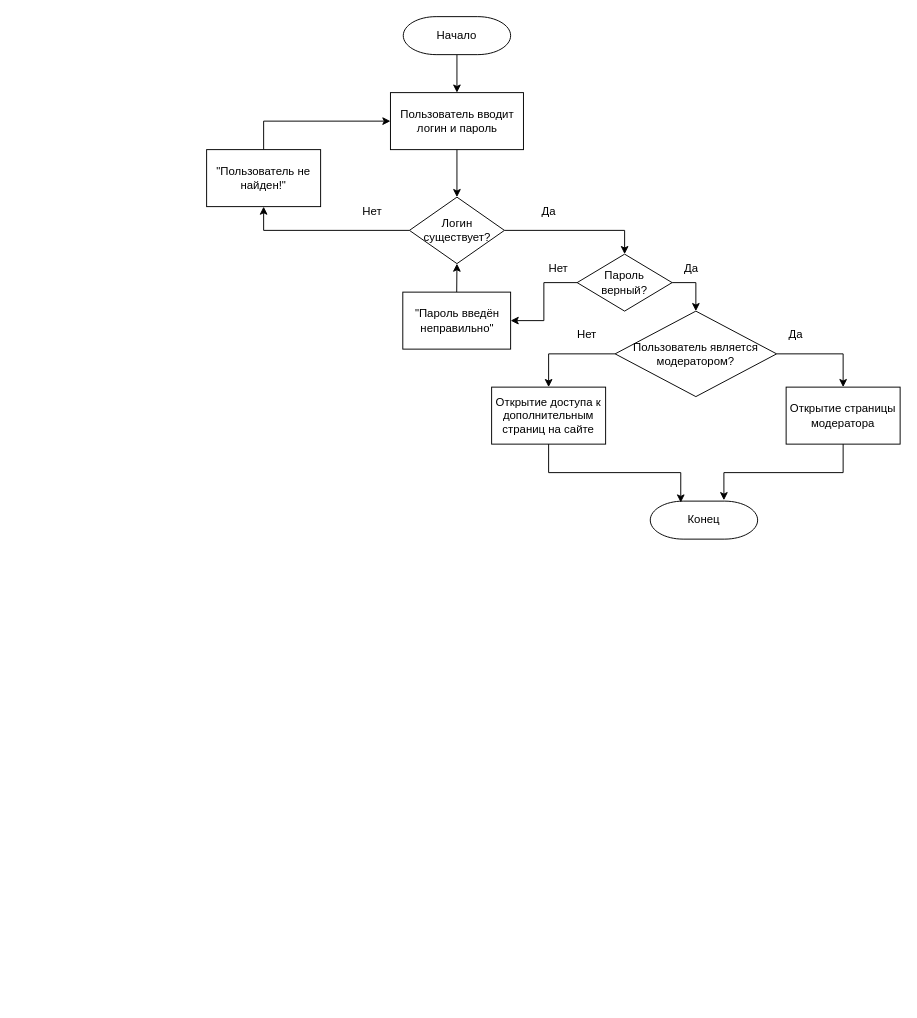
Before: page "Base 1.1" (4 of 12) of img/Диаграмма без названия.drawio in Discordiks/Pink_girls, a draw.io diagram. Source tidied: cells renumbered, new cells numbered last; positions are measured from the earlier drawing's top-left corner, leaving out a move shared by most shapes. Both pictures are drawn from the tidied source at 95%, with x=0, y=0 at pixel (206, 16).
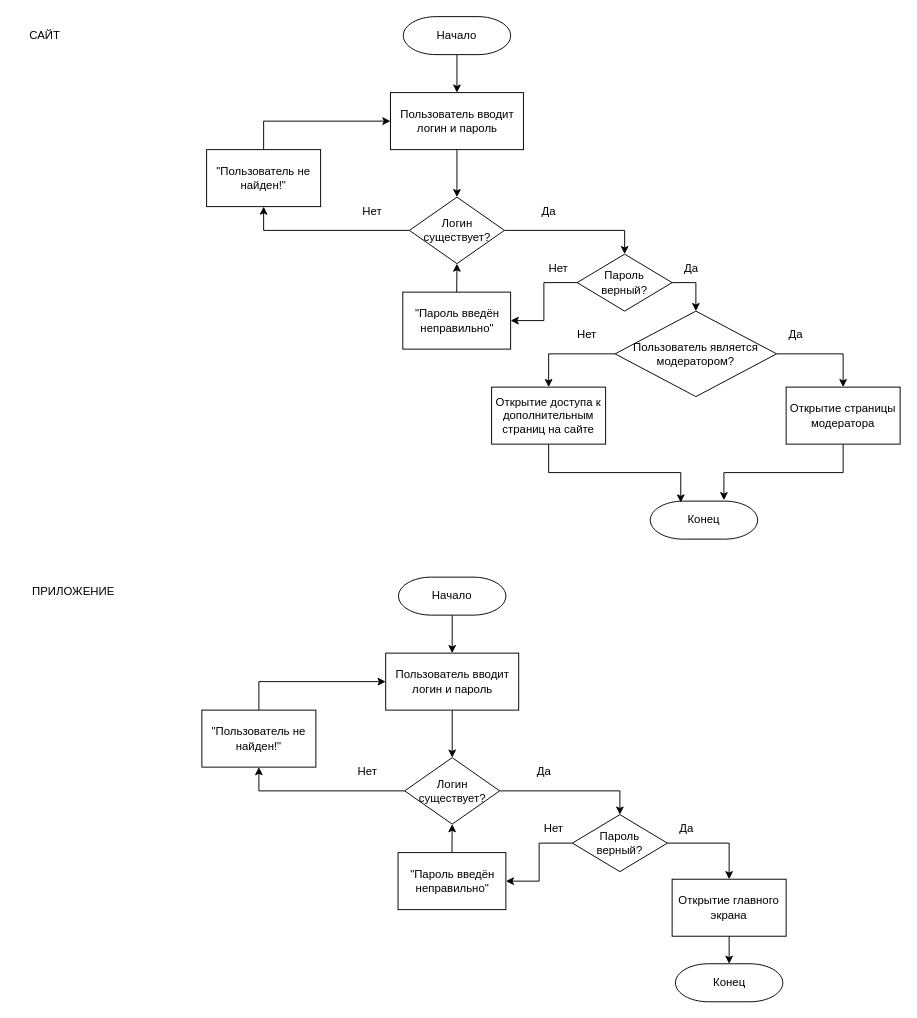
Above is the later version.

Diff of the diagram source:
```diff
@@
+    <mxCell id="30" value="САЙТ" style="text;html=1;align=center;verticalAlign=middle;whiteSpace=wrap;rounded=0;" parent="1" vertex="1">
+      <mxGeometry x="-200" y="5" width="60" height="30" as="geometry" />
+    </mxCell>
+    <mxCell id="31" value="ПРИЛОЖЕНИЕ" style="text;html=1;align=center;verticalAlign=middle;whiteSpace=wrap;rounded=0;" parent="1" vertex="1">
+      <mxGeometry x="-190" y="590" width="100" height="30" as="geometry" />
+    </mxCell>
+    <mxCell id="32" style="edgeStyle=orthogonalEdgeStyle;rounded=0;jettySize=auto;html=1;exitX=0.5;exitY=1;exitDx=0;exitDy=0;exitPerimeter=0;entryX=0.5;entryY=0;entryDx=0;entryDy=0;" parent="1" edge="1" source="33" target="35">
+      <mxGeometry relative="1" as="geometry" />
+    </mxCell>
+    <mxCell id="33" value="Начало" style="strokeWidth=1;html=1;shape=mxgraph.flowchart.terminator;whiteSpace=wrap;" parent="1" vertex="1">
+      <mxGeometry x="202" y="590" width="113" height="40" as="geometry" />
+    </mxCell>
+    <mxCell id="34" style="edgeStyle=orthogonalEdgeStyle;rounded=0;jettySize=auto;html=1;entryX=0.5;entryY=0;entryDx=0;entryDy=0;exitX=0.5;exitY=1;exitDx=0;exitDy=0;" parent="1" edge="1" source="35" target="38">
+      <mxGeometry relative="1" as="geometry" />
+    </mxCell>
+    <mxCell id="35" value="Пользователь вводит логин и пароль" style="rounded=0;whiteSpace=wrap;html=1;" parent="1" vertex="1">
+      <mxGeometry x="188.5" y="670" width="140" height="60" as="geometry" />
+    </mxCell>
+    <mxCell id="36" style="edgeStyle=orthogonalEdgeStyle;rounded=0;jettySize=auto;html=1;entryX=0.5;entryY=1;entryDx=0;entryDy=0;" parent="1" edge="1" source="38" target="40">
+      <mxGeometry relative="1" as="geometry" />
+    </mxCell>
+    <mxCell id="37" style="edgeStyle=orthogonalEdgeStyle;rounded=0;jettySize=auto;html=1;exitX=1;exitY=0.5;exitDx=0;exitDy=0;entryX=0.5;entryY=0;entryDx=0;entryDy=0;" parent="1" edge="1" source="38" target="43">
+      <mxGeometry relative="1" as="geometry" />
+    </mxCell>
+    <mxCell id="38" value="Логин существует?" style="rhombus;whiteSpace=wrap;html=1;" parent="1" vertex="1">
+      <mxGeometry x="208.5" y="780" width="100" height="70" as="geometry" />
+    </mxCell>
+    <mxCell id="39" style="edgeStyle=orthogonalEdgeStyle;rounded=0;jettySize=auto;html=1;exitX=0.5;exitY=0;exitDx=0;exitDy=0;entryX=0;entryY=0.5;entryDx=0;entryDy=0;" parent="1" edge="1" source="40" target="35">
+      <mxGeometry relative="1" as="geometry" />
+    </mxCell>
+    <mxCell id="40" value="&quot;Пользователь не найден!&quot;" style="rounded=0;whiteSpace=wrap;html=1;" parent="1" vertex="1">
+      <mxGeometry x="-5" y="730" width="120" height="60" as="geometry" />
+    </mxCell>
+    <mxCell id="41" style="edgeStyle=orthogonalEdgeStyle;rounded=0;jettySize=auto;html=1;exitX=0;exitY=0.5;exitDx=0;exitDy=0;entryX=1;entryY=0.5;entryDx=0;entryDy=0;" parent="1" edge="1" source="43" target="45">
+      <mxGeometry relative="1" as="geometry" />
+    </mxCell>
+    <mxCell id="42" style="edgeStyle=orthogonalEdgeStyle;rounded=0;jettySize=auto;html=1;entryX=0.5;entryY=0;entryDx=0;entryDy=0;" parent="1" edge="1" source="43" target="46">
+      <mxGeometry relative="1" as="geometry" />
+    </mxCell>
+    <mxCell id="43" value="&lt;div&gt;Пароль&lt;/div&gt;&lt;div&gt;верный?&lt;/div&gt;" style="rhombus;whiteSpace=wrap;html=1;" parent="1" vertex="1">
+      <mxGeometry x="385" y="840" width="100" height="60" as="geometry" />
+    </mxCell>
+    <mxCell id="44" style="edgeStyle=orthogonalEdgeStyle;rounded=0;jettySize=auto;html=1;exitX=0.5;exitY=0;exitDx=0;exitDy=0;entryX=0.5;entryY=1;entryDx=0;entryDy=0;" parent="1" edge="1" source="45" target="38">
+      <mxGeometry relative="1" as="geometry" />
+    </mxCell>
+    <mxCell id="45" value="&quot;Пароль введён неправильно&quot;" style="rounded=0;whiteSpace=wrap;html=1;" parent="1" vertex="1">
+      <mxGeometry x="201.5" y="880" width="113.5" height="60" as="geometry" />
+    </mxCell>
+    <mxCell id="46" value="Открытие главного экрана" style="rounded=0;whiteSpace=wrap;html=1;" parent="1" vertex="1">
+      <mxGeometry x="490" y="908" width="120" height="60" as="geometry" />
+    </mxCell>
+    <mxCell id="47" value="Нет" style="text;html=1;align=center;verticalAlign=middle;strokeColor=none;fillColor=none;" parent="1" vertex="1">
+      <mxGeometry x="148.5" y="780" width="40" height="30" as="geometry" />
+    </mxCell>
+    <mxCell id="48" value="Да" style="text;html=1;align=center;verticalAlign=middle;strokeColor=none;fillColor=none;" parent="1" vertex="1">
+      <mxGeometry x="335" y="780" width="40" height="30" as="geometry" />
+    </mxCell>
+    <mxCell id="49" value="Нет" style="text;html=1;align=center;verticalAlign=middle;strokeColor=none;fillColor=none;" parent="1" vertex="1">
+      <mxGeometry x="345" y="840" width="40" height="30" as="geometry" />
+    </mxCell>
+    <mxCell id="50" value="Да" style="text;html=1;align=center;verticalAlign=middle;strokeColor=none;fillColor=none;" parent="1" vertex="1">
+      <mxGeometry x="485" y="840" width="40" height="30" as="geometry" />
+    </mxCell>
+    <mxCell id="51" value="Конец" style="strokeWidth=1;html=1;shape=mxgraph.flowchart.terminator;whiteSpace=wrap;" parent="1" vertex="1">
+      <mxGeometry x="493.5" y="997" width="113" height="40" as="geometry" />
+    </mxCell>
+    <mxCell id="52" style="edgeStyle=orthogonalEdgeStyle;rounded=0;jettySize=auto;html=1;exitX=0.5;exitY=1;exitDx=0;exitDy=0;entryX=0.5;entryY=0;entryDx=0;entryDy=0;entryPerimeter=0;" parent="1" edge="1" source="46" target="51">
+      <mxGeometry relative="1" as="geometry" />
+    </mxCell>
```
